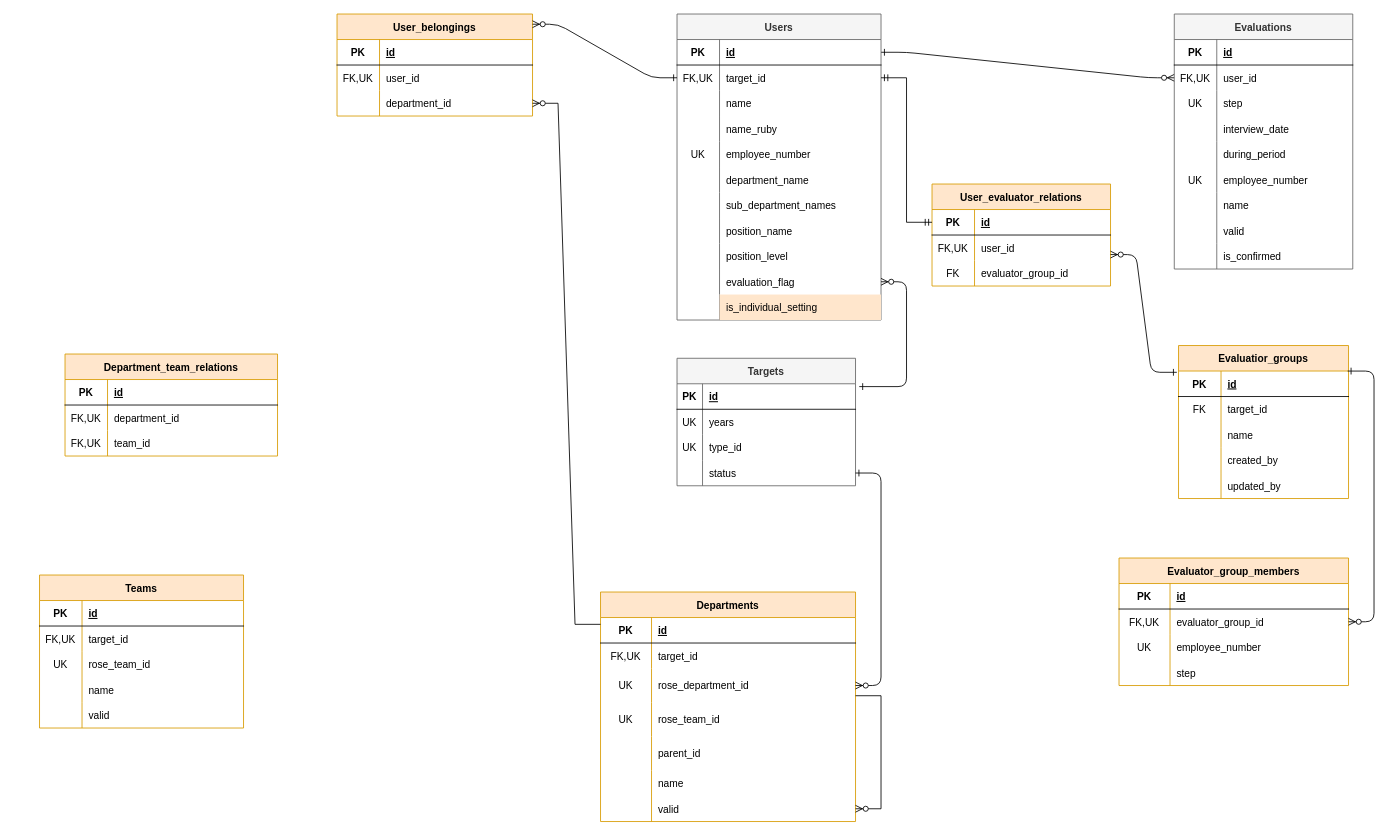
The draw.io diagram 名称未設定ファイル.drawio in satohirok/twitter_clone_ER, before the edit. Source tidied: cells renumbered, new cells numbered last; positions are measured from the earlier drawing's top-left corner, leaving out a move shared by most shapes. Both pictures are drawn from the tidied source at 85%, with x=0, y=0 at pixel (39, 14).
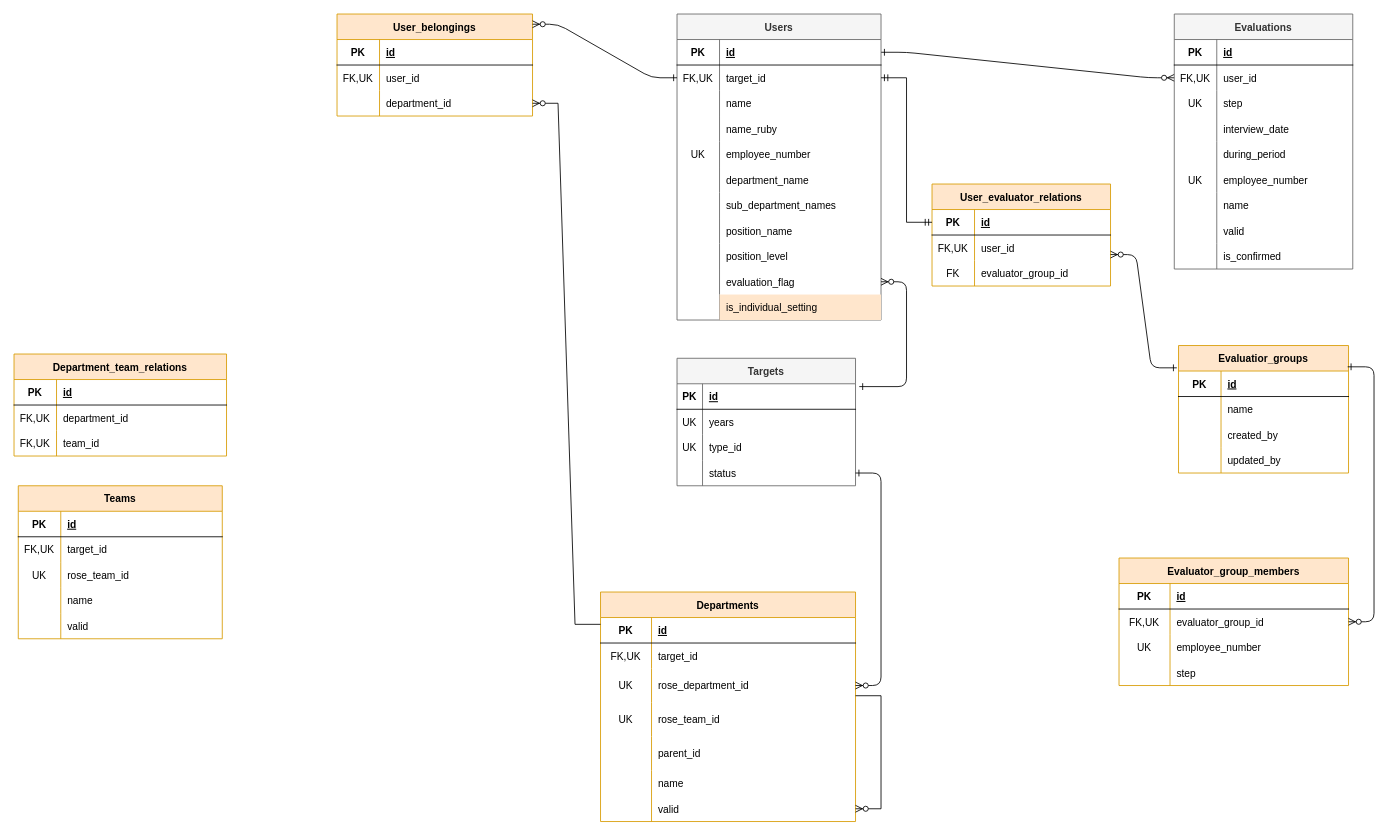
The same diagram, later.

Commit message:
名称未設定ファイル.drawio を更新します

Change to the diagram source:
```diff
@@
     <mxCell id="75" value="Evaluatior_groups" style="shape=table;startSize=30;childLayout=tableLayout;rowLines=0;fontStyle=1;align=center;fillColor=#ffe6cc;strokeColor=#d79b00;" parent="1" vertex="1">
-      <mxGeometry x="1340" y="390" width="200" height="180" as="geometry" />
+      <mxGeometry x="1340" y="390" width="200" height="150" as="geometry" />
     </mxCell>
@@
-    <mxCell id="79" style="shape=partialRectangle;fillColor=none;top=0;left=0;right=0;bottom=0;" parent="75" vertex="1">
-      <mxGeometry y="60" width="200" height="30" as="geometry" />
-    </mxCell>
-    <mxCell id="80" value="FK" style="shape=partialRectangle;overflow=hidden;fillColor=none;top=0;left=0;bottom=0;right=0;" parent="79" vertex="1">
-      <mxGeometry width="50" height="30" as="geometry" />
-    </mxCell>
-    <mxCell id="81" value="target_id" style="shape=partialRectangle;overflow=hidden;fillColor=none;top=0;left=0;bottom=0;right=0;align=left;spacingLeft=6;" parent="79" vertex="1">
-      <mxGeometry x="50" width="150" height="30" as="geometry" />
-    </mxCell>
     <mxCell id="82" style="shape=partialRectangle;fillColor=none;top=0;left=0;right=0;bottom=0;" parent="75" vertex="1">
-      <mxGeometry y="90" width="200" height="30" as="geometry" />
+      <mxGeometry y="60" width="200" height="30" as="geometry" />
     </mxCell>
@@
     <mxCell id="85" style="shape=partialRectangle;fillColor=none;top=0;left=0;right=0;bottom=0;" parent="75" vertex="1">
-      <mxGeometry y="120" width="200" height="30" as="geometry" />
+      <mxGeometry y="90" width="200" height="30" as="geometry" />
     </mxCell>
@@
     <mxCell id="88" style="shape=partialRectangle;fillColor=none;top=0;left=0;right=0;bottom=0;" parent="75" vertex="1">
-      <mxGeometry y="150" width="200" height="30" as="geometry" />
+      <mxGeometry y="120" width="200" height="30" as="geometry" />
     </mxCell>
@@
     <mxCell id="114" value="Department_team_relations" style="shape=table;startSize=30;childLayout=tableLayout;rowLines=0;fontStyle=1;align=center;fillColor=#ffe6cc;strokeColor=#d79b00;" parent="1" vertex="1">
-      <mxGeometry x="30" y="400" width="250" height="120" as="geometry" />
+      <mxGeometry x="-30" y="400" width="250" height="120" as="geometry" />
     </mxCell>
@@
     <mxCell id="147" value="Teams" style="shape=table;startSize=30;childLayout=tableLayout;rowLines=0;fontStyle=1;align=center;fillColor=#ffe6cc;strokeColor=#d79b00;" parent="1" vertex="1">
-      <mxGeometry y="660" width="240" height="180" as="geometry" />
+      <mxGeometry x="-25" y="555" width="240" height="180" as="geometry" />
     </mxCell>
```
